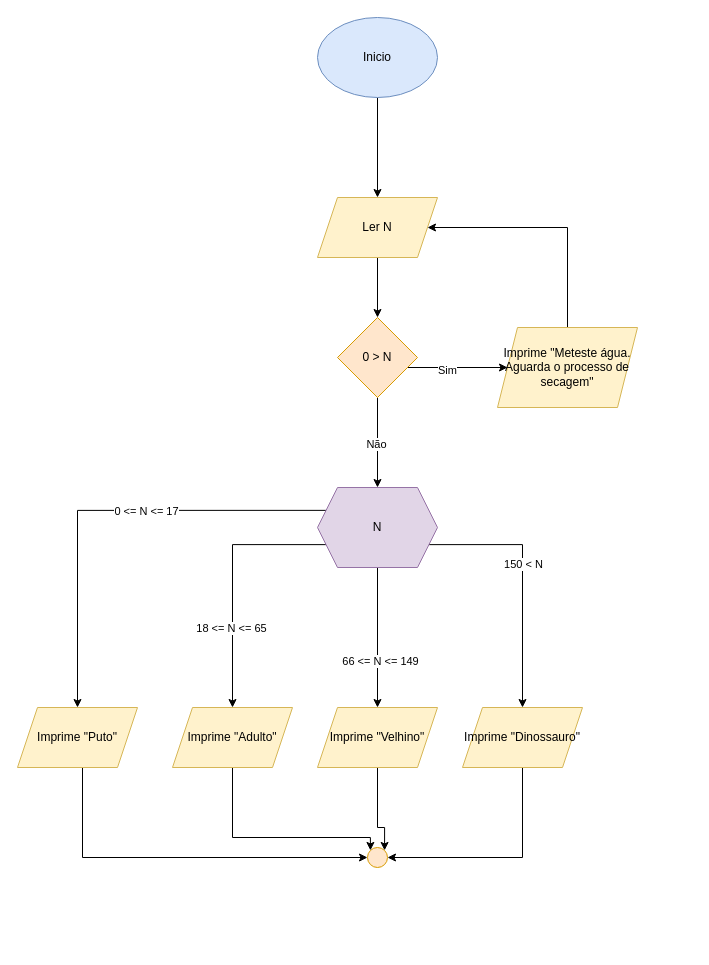
This is Fluxograma 10.drawio from Kinner25/Fluxogramas, a draw.io file, before an edit. Source tidied: cells renumbered, new cells numbered last; positions are measured from the earlier drawing's top-left corner, leaving out a move shared by most shapes. Both pictures are drawn from the tidied source at 100%, with x=0, y=0 at pixel (17, 17).
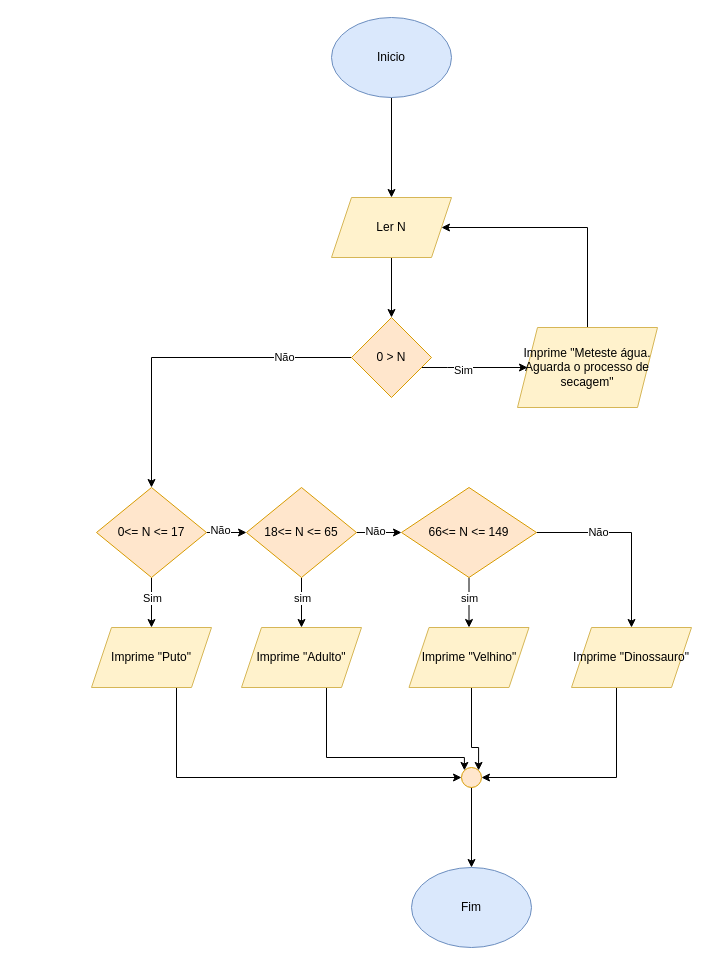
After the change.

Change to the diagram source:
```diff
@@
     <mxCell id="3" value="Inicio" style="ellipse;whiteSpace=wrap;html=1;shapeInside=1;fillColor=#dae8fc;strokeColor=#6c8ebf;" parent="1" vertex="1">
-      <mxGeometry x="300" width="120" height="80" as="geometry" />
+      <mxGeometry x="314" width="120" height="80" as="geometry" />
     </mxCell>
@@
     <mxCell id="5" value="Ler N" style="shape=parallelogram;perimeter=parallelogramPerimeter;whiteSpace=wrap;html=1;shapeInside=1;fixedSize=1;fillColor=#fff2cc;strokeColor=#d6b656;" parent="1" vertex="1">
-      <mxGeometry x="300" y="180" width="120" height="60" as="geometry" />
+      <mxGeometry x="314" y="180" width="120" height="60" as="geometry" />
     </mxCell>
-    <mxCell id="6" style="edgeStyle=orthogonalEdgeStyle;rounded=0;jettySize=auto;html=1;exitX=0;exitY=0.25;exitDx=0;exitDy=0;entryX=0.5;entryY=0;entryDx=0;entryDy=0;" parent="1" edge="1" source="14" target="16">
-      <mxGeometry relative="1" as="geometry" />
-    </mxCell>
-    <mxCell id="7" value="0 &amp;lt;= N &amp;lt;= 17" style="edgeLabel;html=1;align=center;verticalAlign=middle;" parent="6" vertex="1">
-      <mxGeometry x="-0.19" y="1" relative="1" as="geometry" />
-    </mxCell>
-    <mxCell id="8" style="edgeStyle=orthogonalEdgeStyle;rounded=0;jettySize=auto;html=1;exitX=0;exitY=0.75;exitDx=0;exitDy=0;" parent="1" edge="1" source="14" target="18">
-      <mxGeometry relative="1" as="geometry" />
-    </mxCell>
-    <mxCell id="9" value="18 &amp;lt;= N &amp;lt;= 65" style="edgeLabel;html=1;align=center;verticalAlign=middle;" parent="8" vertex="1">
-      <mxGeometry x="0.38" y="-2" relative="1" as="geometry" />
-    </mxCell>
-    <mxCell id="10" style="edgeStyle=orthogonalEdgeStyle;rounded=0;jettySize=auto;html=1;exitX=0.5;exitY=1;exitDx=0;exitDy=0;entryX=0.5;entryY=0;entryDx=0;entryDy=0;" parent="1" edge="1" source="14" target="22">
-      <mxGeometry relative="1" as="geometry" />
-    </mxCell>
-    <mxCell id="11" value="66 &amp;lt;= N &amp;lt;= 149" style="edgeLabel;html=1;align=center;verticalAlign=middle;" parent="10" vertex="1">
-      <mxGeometry x="0.33" y="2" relative="1" as="geometry" />
-    </mxCell>
-    <mxCell id="12" style="edgeStyle=orthogonalEdgeStyle;rounded=0;jettySize=auto;html=1;exitX=1;exitY=0.75;exitDx=0;exitDy=0;entryX=0.5;entryY=0;entryDx=0;entryDy=0;" parent="1" edge="1" source="14" target="24">
-      <mxGeometry relative="1" as="geometry" />
-    </mxCell>
-    <mxCell id="13" value="150 &amp;lt; N" style="edgeLabel;html=1;align=center;verticalAlign=middle;" parent="12" vertex="1">
-      <mxGeometry x="-0.12" relative="1" as="geometry" />
-    </mxCell>
-    <mxCell id="14" value="N" style="shape=hexagon;perimeter=hexagonPerimeter2;whiteSpace=wrap;html=1;shapeInside=1;fixedSize=1;fillColor=#e1d5e7;strokeColor=#9673a6;" parent="1" vertex="1">
-      <mxGeometry x="300" y="470" width="120" height="80" as="geometry" />
-    </mxCell>
     <mxCell id="15" style="edgeStyle=orthogonalEdgeStyle;rounded=0;jettySize=auto;html=1;entryX=0;entryY=0.5;entryDx=0;entryDy=0;" parent="1" edge="1" source="16" target="25">
       <mxGeometry relative="1" as="geometry">
         <Array as="points">
-          <mxPoint x="65" y="840" />
+          <mxPoint x="159" y="760" />
         </Array>
       </mxGeometry>
     </mxCell>
     <mxCell id="16" value="Imprime &quot;Puto&quot;" style="shape=parallelogram;perimeter=parallelogramPerimeter;whiteSpace=wrap;html=1;shapeInside=1;fixedSize=1;fillColor=#fff2cc;strokeColor=#d6b656;" parent="1" vertex="1">
-      <mxGeometry y="690" width="120" height="60" as="geometry" />
+      <mxGeometry x="74" y="610" width="120" height="60" as="geometry" />
     </mxCell>
     <mxCell id="17" style="edgeStyle=orthogonalEdgeStyle;rounded=0;jettySize=auto;html=1;entryX=0;entryY=0;entryDx=0;entryDy=0;" parent="1" edge="1" source="18" target="25">
       <mxGeometry relative="1" as="geometry">
         <Array as="points">
-          <mxPoint x="215" y="820" />
-          <mxPoint x="352.9" y="820" />
+          <mxPoint x="309" y="740" />
+          <mxPoint x="446.9" y="740" />
         </Array>
       </mxGeometry>
     </mxCell>
     <mxCell id="18" value="Imprime &quot;Adulto&quot;" style="shape=parallelogram;perimeter=parallelogramPerimeter;whiteSpace=wrap;html=1;shapeInside=1;fixedSize=1;fillColor=#fff2cc;strokeColor=#d6b656;" parent="1" vertex="1">
-      <mxGeometry x="155" y="690" width="120" height="60" as="geometry" />
+      <mxGeometry x="224" y="610" width="120" height="60" as="geometry" />
     </mxCell>
-    <mxCell id="19" style="edgeStyle=orthogonalEdgeStyle;rounded=0;jettySize=auto;html=1;entryX=1;entryY=0.5;entryDx=0;entryDy=0;" parent="1" edge="1" source="20" target="5">
+    <mxCell id="19" style="edgeStyle=orthogonalEdgeStyle;rounded=0;jettySize=auto;html=1;entryX=1;entryY=0.5;entryDx=0;entryDy=0;exitX=0.5;exitY=0;exitDx=0;exitDy=0;" parent="1" edge="1" source="20" target="5">
       <mxGeometry relative="1" as="geometry">
         <Array as="points">
-          <mxPoint x="550" y="210" />
+          <mxPoint x="570" y="210" />
         </Array>
       </mxGeometry>
     </mxCell>
     <mxCell id="20" value="Imprime &quot;Meteste água. Aguarda o processo de secagem&quot;" style="shape=parallelogram;perimeter=parallelogramPerimeter;whiteSpace=wrap;html=1;shapeInside=1;fixedSize=1;fillColor=#fff2cc;strokeColor=#d6b656;" parent="1" vertex="1">
-      <mxGeometry x="480" y="310" width="140" height="80" as="geometry" />
+      <mxGeometry x="500" y="310" width="140" height="80" as="geometry" />
     </mxCell>
     <mxCell id="21" style="edgeStyle=orthogonalEdgeStyle;rounded=0;jettySize=auto;html=1;entryX=1;entryY=0;entryDx=0;entryDy=0;" parent="1" edge="1" source="22" target="25">
       <mxGeometry relative="1" as="geometry">
         <Array as="points">
-          <mxPoint x="360" y="810" />
-          <mxPoint x="367.1" y="810" />
+          <mxPoint x="454" y="730" />
+          <mxPoint x="461.1" y="730" />
         </Array>
       </mxGeometry>
     </mxCell>
     <mxCell id="22" value="Imprime &quot;Velhino&quot;" style="shape=parallelogram;perimeter=parallelogramPerimeter;whiteSpace=wrap;html=1;shapeInside=1;fixedSize=1;fillColor=#fff2cc;strokeColor=#d6b656;" parent="1" vertex="1">
-      <mxGeometry x="300" y="690" width="120" height="60" as="geometry" />
+      <mxGeometry x="391.5" y="610" width="120" height="60" as="geometry" />
     </mxCell>
     <mxCell id="23" style="edgeStyle=orthogonalEdgeStyle;rounded=0;jettySize=auto;html=1;entryX=1;entryY=0.5;entryDx=0;entryDy=0;" parent="1" edge="1" source="24" target="25">
       <mxGeometry relative="1" as="geometry">
         <Array as="points">
-          <mxPoint x="505" y="840" />
+          <mxPoint x="599" y="760" />
         </Array>
       </mxGeometry>
     </mxCell>
     <mxCell id="24" value="Imprime &quot;Dinossauro&quot;" style="shape=parallelogram;perimeter=parallelogramPerimeter;whiteSpace=wrap;html=1;shapeInside=1;fixedSize=1;fillColor=#fff2cc;strokeColor=#d6b656;" parent="1" vertex="1">
-      <mxGeometry x="445" y="690" width="120" height="60" as="geometry" />
+      <mxGeometry x="554" y="610" width="120" height="60" as="geometry" />
     </mxCell>
+    <mxCell id="31" style="edgeStyle=orthogonalEdgeStyle;rounded=0;jettySize=auto;html=1;entryX=0.5;entryY=0;entryDx=0;entryDy=0;" parent="1" edge="1" source="25" target="34">
+      <mxGeometry relative="1" as="geometry" />
+    </mxCell>
     <mxCell id="25" style="ellipse;whiteSpace=wrap;html=1;shapeInside=1;fillColor=#ffe6cc;strokeColor=#d79b00;" parent="1" vertex="1">
-      <mxGeometry x="350" y="830" width="20" height="20" as="geometry" />
+      <mxGeometry x="444" y="750" width="20" height="20" as="geometry" />
     </mxCell>
@@
-    <mxCell id="28" style="edgeStyle=orthogonalEdgeStyle;rounded=0;jettySize=auto;html=1;entryX=0.5;entryY=0;entryDx=0;entryDy=0;" parent="1" edge="1" source="30" target="14">
-      <mxGeometry relative="1" as="geometry" />
-    </mxCell>
-    <mxCell id="29" value="Não" style="edgeLabel;html=1;align=center;verticalAlign=middle;" parent="28" vertex="1">
-      <mxGeometry x="0.02" y="-2" relative="1" as="geometry" />
-    </mxCell>
+    <mxCell id="32" style="edgeStyle=orthogonalEdgeStyle;rounded=0;jettySize=auto;html=1;entryX=0.5;entryY=0;entryDx=0;entryDy=0;" parent="1" edge="1" source="30" target="39">
+      <mxGeometry relative="1" as="geometry" />
+    </mxCell>
+    <mxCell id="33" value="Não" style="edgeLabel;html=1;align=center;verticalAlign=middle;" parent="32" vertex="1">
+      <mxGeometry x="-0.59" y="-1" relative="1" as="geometry" />
+    </mxCell>
     <mxCell id="30" value="0 &amp;gt; N" style="rhombus;whiteSpace=wrap;html=1;shapeInside=1;fillColor=#ffe6cc;strokeColor=#d79b00;" parent="1" vertex="1">
-      <mxGeometry x="320" y="300" width="80" height="80" as="geometry" />
+      <mxGeometry x="334" y="300" width="80" height="80" as="geometry" />
     </mxCell>
+    <mxCell id="34" value="Fim" style="ellipse;whiteSpace=wrap;html=1;shapeInside=1;fillColor=#dae8fc;strokeColor=#6c8ebf;" parent="1" vertex="1">
+      <mxGeometry x="394" y="850" width="120" height="80" as="geometry" />
+    </mxCell>
+    <mxCell id="35" style="edgeStyle=orthogonalEdgeStyle;rounded=0;jettySize=auto;html=1;entryX=0;entryY=0.5;entryDx=0;entryDy=0;" parent="1" edge="1" source="39" target="44">
+      <mxGeometry relative="1" as="geometry" />
+    </mxCell>
+    <mxCell id="36" value="Não" style="edgeLabel;html=1;align=center;verticalAlign=middle;" parent="35" vertex="1">
+      <mxGeometry x="-0.36" y="3" relative="1" as="geometry" />
+    </mxCell>
+    <mxCell id="37" style="edgeStyle=orthogonalEdgeStyle;rounded=0;jettySize=auto;html=1;" parent="1" edge="1" source="39" target="16">
+      <mxGeometry relative="1" as="geometry" />
+    </mxCell>
+    <mxCell id="38" value="Sim" style="edgeLabel;html=1;align=center;verticalAlign=middle;" parent="37" vertex="1">
+      <mxGeometry x="-0.22" relative="1" as="geometry" />
+    </mxCell>
+    <mxCell id="39" value="0&amp;lt;= N &amp;lt;= 17" style="rhombus;whiteSpace=wrap;html=1;shapeInside=1;fillColor=#ffe6cc;strokeColor=#d79b00;" parent="1" vertex="1">
+      <mxGeometry x="79" y="470" width="110" height="90" as="geometry" />
+    </mxCell>
+    <mxCell id="40" style="edgeStyle=orthogonalEdgeStyle;rounded=0;jettySize=auto;html=1;" parent="1" edge="1" source="44" target="49">
+      <mxGeometry relative="1" as="geometry" />
+    </mxCell>
+    <mxCell id="41" value="Não" style="edgeLabel;html=1;align=center;verticalAlign=middle;" parent="40" vertex="1">
+      <mxGeometry x="-0.21" y="2" relative="1" as="geometry" />
+    </mxCell>
+    <mxCell id="42" style="edgeStyle=orthogonalEdgeStyle;rounded=0;jettySize=auto;html=1;" parent="1" edge="1" source="44" target="18">
+      <mxGeometry relative="1" as="geometry" />
+    </mxCell>
+    <mxCell id="43" value="sim" style="edgeLabel;html=1;align=center;verticalAlign=middle;" parent="42" vertex="1">
+      <mxGeometry x="-0.22" relative="1" as="geometry" />
+    </mxCell>
+    <mxCell id="44" value="18&amp;lt;= N &amp;lt;= 65" style="rhombus;whiteSpace=wrap;html=1;shapeInside=1;fillColor=#ffe6cc;strokeColor=#d79b00;" parent="1" vertex="1">
+      <mxGeometry x="229" y="470" width="110" height="90" as="geometry" />
+    </mxCell>
+    <mxCell id="45" style="edgeStyle=orthogonalEdgeStyle;rounded=0;jettySize=auto;html=1;entryX=0.5;entryY=0;entryDx=0;entryDy=0;" parent="1" edge="1" source="49" target="24">
+      <mxGeometry relative="1" as="geometry" />
+    </mxCell>
+    <mxCell id="46" value="Não" style="edgeLabel;html=1;align=center;verticalAlign=middle;" parent="45" vertex="1">
+      <mxGeometry x="-0.36" y="1" relative="1" as="geometry" />
+    </mxCell>
+    <mxCell id="47" style="edgeStyle=orthogonalEdgeStyle;rounded=0;jettySize=auto;html=1;" parent="1" edge="1" source="49" target="22">
+      <mxGeometry relative="1" as="geometry" />
+    </mxCell>
+    <mxCell id="48" value="sim" style="edgeLabel;html=1;align=center;verticalAlign=middle;" parent="47" vertex="1">
+      <mxGeometry x="-0.19" relative="1" as="geometry" />
+    </mxCell>
+    <mxCell id="49" value="66&amp;lt;= N &amp;lt;= 149" style="rhombus;whiteSpace=wrap;html=1;shapeInside=1;fillColor=#ffe6cc;strokeColor=#d79b00;" parent="1" vertex="1">
+      <mxGeometry x="384" y="470" width="135" height="90" as="geometry" />
+    </mxCell>
```
